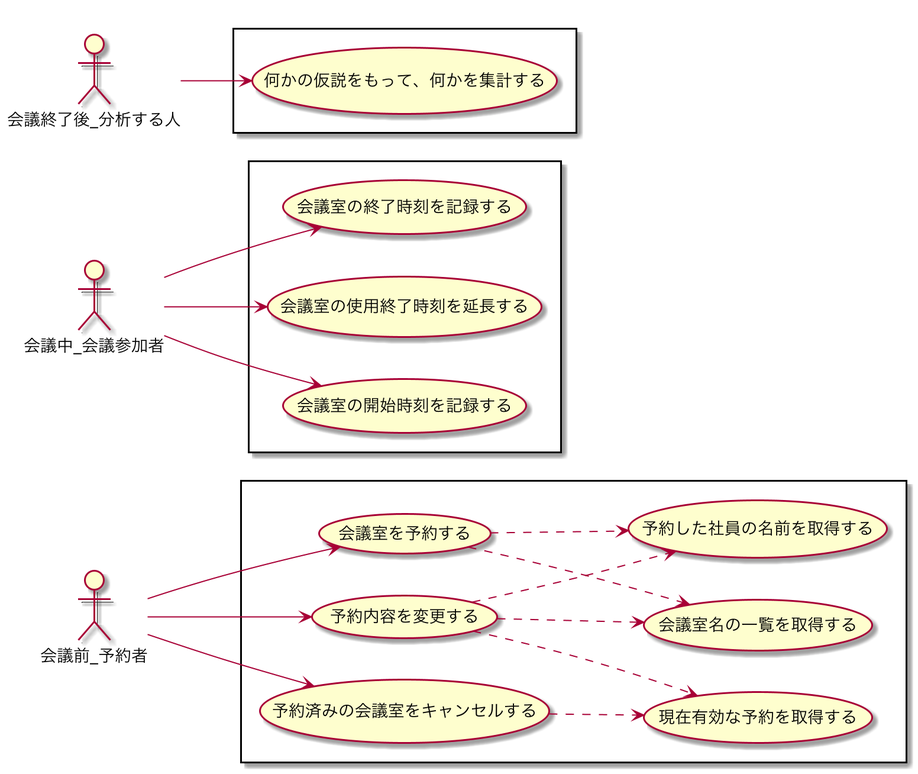
Above: diagram/latest/ユースケース.png in ModelingKai/meeting-room-python (PlantUML), before the change. Source of this version:
```plantuml
@startuml
left to right direction

actor 会議前_予約者 as a1
actor 会議中_会議参加者  as a3
actor 会議終了後_分析する人 as a2

rectangle {
    a1 --> (会議室を予約する)
    (会議室を予約する) ..> (会議室名の一覧を取得する)
    (会議室を予約する) ..> (予約した社員の名前を取得する)
    a1 --> (予約済みの会議室をキャンセルする)
    a1 --> (予約内容を変更する)
    (予約内容を変更する) ..>  (現在有効な予約を取得する)
    (予約内容を変更する) ..>  (会議室名の一覧を取得する)
    (予約内容を変更する) ..>  (予約した社員の名前を取得する)
    (予約済みの会議室をキャンセルする) ..>  (現在有効な予約を取得する)
}

rectangle {
    a2 --> (何かの仮説をもって、何かを集計する)
}

rectangle {
    a3 --> (会議室の開始時刻を記録する)
    a3 --> (会議室の終了時刻を記録する)
    a3 --> (会議室の使用終了時刻を延長する)
}

@enduml
```
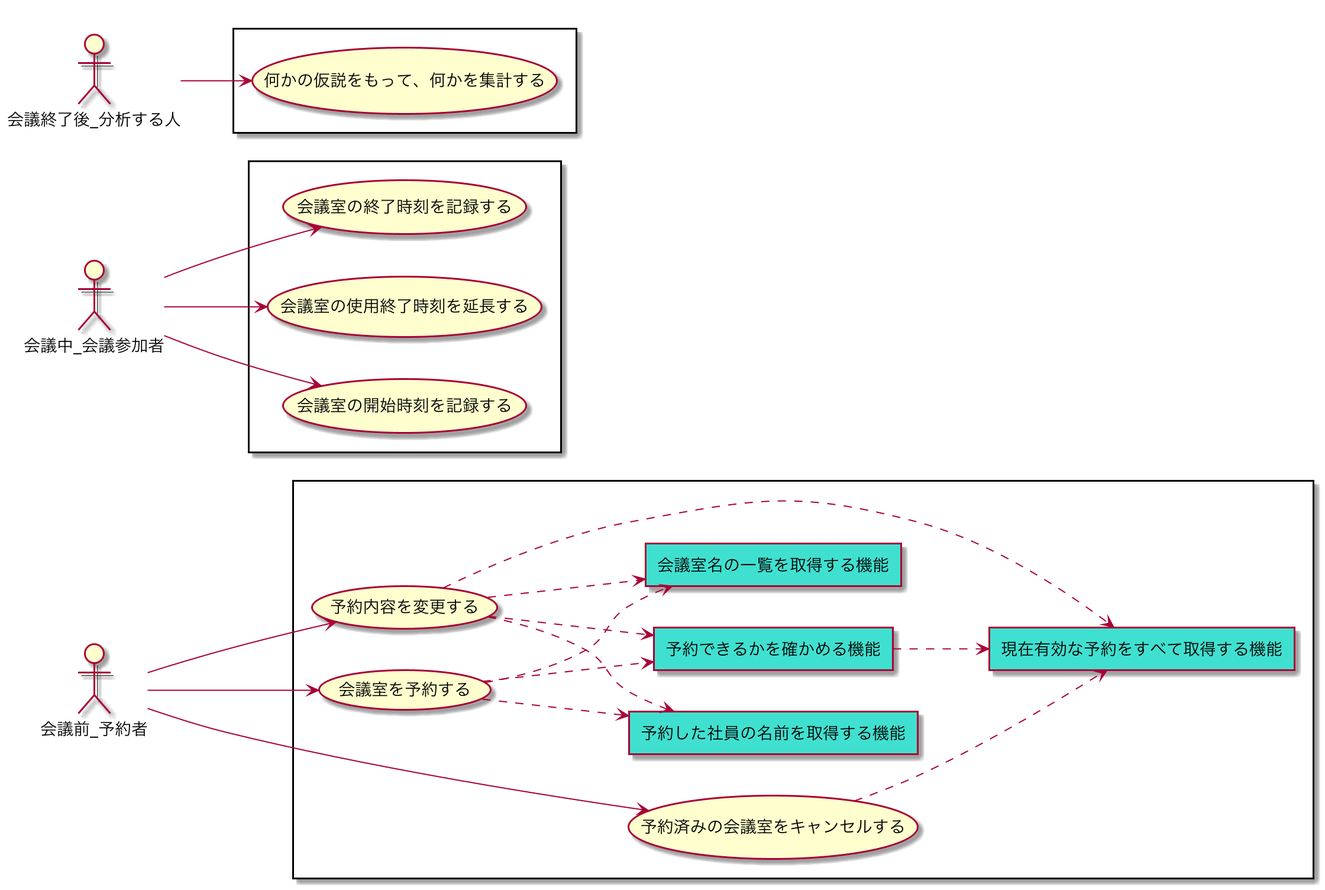
After the change.

Diff of the diagram source:
```diff
@@ -5,16 +5,32 @@
 actor 会議中_会議参加者  as a3
 actor 会議終了後_分析する人 as a2
 
+
 rectangle {
-    a1 --> (会議室を予約する)
-    (会議室を予約する) ..> (会議室名の一覧を取得する)
-    (会議室を予約する) ..> (予約した社員の名前を取得する)
-    a1 --> (予約済みの会議室をキャンセルする)
-    a1 --> (予約内容を変更する)
-    (予約内容を変更する) ..>  (現在有効な予約を取得する)
-    (予約内容を変更する) ..>  (会議室名の一覧を取得する)
-    (予約内容を変更する) ..>  (予約した社員の名前を取得する)
-    (予約済みの会議室をキャンセルする) ..>  (現在有効な予約を取得する)
+    usecase 会議室を予約する as ReservationUseCase
+
+    agent 会議室名の一覧を取得する機能 as FindAllMeetingRoom #Turquoise
+    agent 予約した社員の名前を取得する機能 as FindEmployee #Turquoise
+    agent 現在有効な予約をすべて取得する機能 as FindAvailableReservations #Turquoise
+    agent 予約できるかを確かめる機能 as ReservationDomainServiceCanNotReserve #Turquoise
+
+    a1 --> (ReservationUseCase)
+    ReservationUseCase ..> FindAllMeetingRoom
+    ReservationUseCase ..> FindEmployee
+    ReservationUseCase ..> ReservationDomainServiceCanNotReserve
+
+    usecase 予約内容を変更する as ChangeReservationUseCase
+    a1 --> ChangeReservationUseCase
+    ChangeReservationUseCase ..> FindAllMeetingRoom
+    ChangeReservationUseCase ..> FindEmployee
+    ChangeReservationUseCase ..> FindAvailableReservations
+    ChangeReservationUseCase ..> ReservationDomainServiceCanNotReserve
+
+    usecase 予約済みの会議室をキャンセルする as CancelMeetingRoomUsecase
+    a1 --> CancelMeetingRoomUsecase
+    CancelMeetingRoomUsecase ..>  FindAvailableReservations
+
+    ReservationDomainServiceCanNotReserve ..> FindAvailableReservations
 }
 
 rectangle {
```
